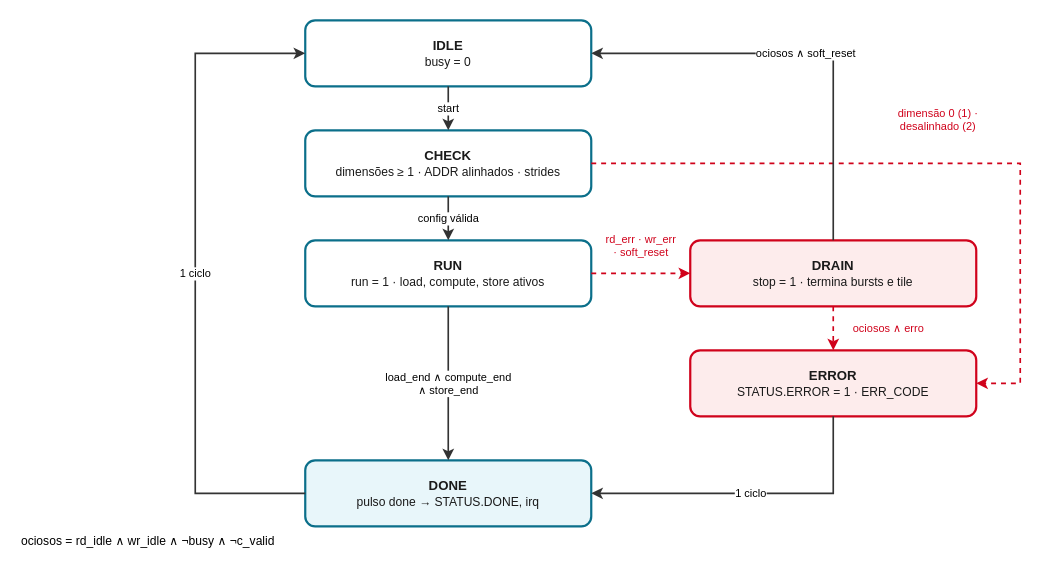
The draw.io diagram docs/img/dma_ctrl_fsm.drawio in jairsdev/rv32-dma, before the edit. Source tidied: cells renumbered, new cells numbered last; positions are measured from the earlier drawing's top-left corner, leaving out a move shared by most shapes. Both pictures are drawn from the tidied source at 110%, with x=0, y=0 at pixel (19, 20).
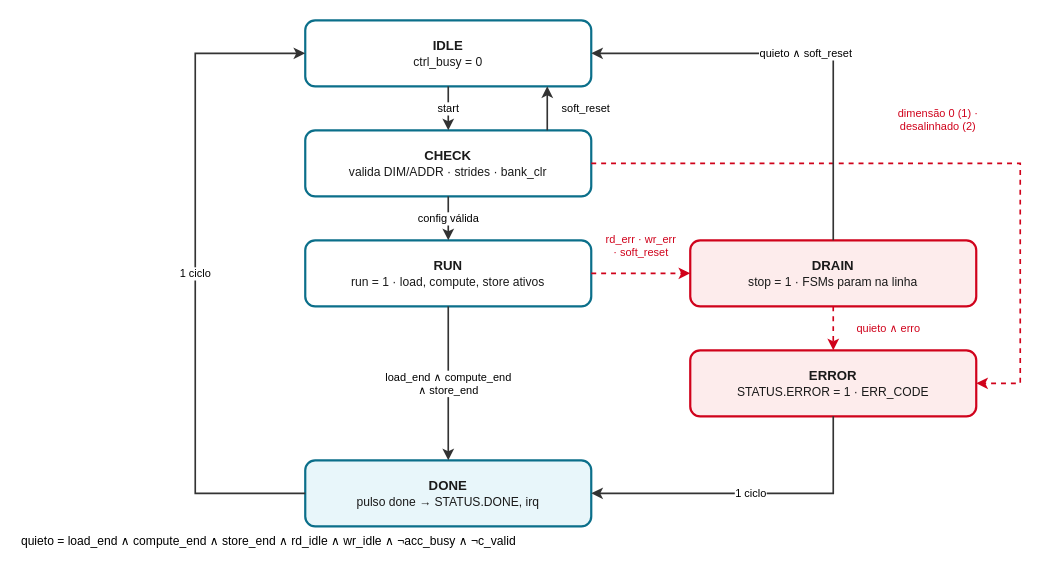
After the change.

Commit message (it also covers changes not shown here):
Atualiza diagramas das FSMs do DMA para o MAS v1.1

Unchanged cells that the change refers to:
```xml
<mxCell id="7" value="ERROR&lt;br&gt;&lt;span style='font-weight:normal;font-size:11px'&gt;STATUS.ERROR = 1 · ERR_CODE&lt;/span&gt;" style="whiteSpace=wrap;html=1;fontSize=12;fontStyle=1;rounded=1;fillColor=#FDECEC;strokeColor=#D0021B;strokeWidth=2;fontColor=#1A1A1A;" parent="1" vertex="1">
  <mxGeometry x="610" y="300" width="260" height="60" as="geometry" />
</mxCell>
```

What changed in the source:
```diff
@@
-    <mxCell id="2" value="IDLE&lt;br&gt;&lt;span style='font-weight:normal;font-size:11px'&gt;busy = 0&lt;/span&gt;" style="whiteSpace=wrap;html=1;fontSize=12;fontStyle=1;rounded=1;fillColor=#FFFFFF;strokeColor=#0B6F8A;strokeWidth=2;fontColor=#1A1A1A;" parent="1" vertex="1">
+    <mxCell id="2" value="IDLE&lt;br&gt;&lt;span style='font-weight:normal;font-size:11px'&gt;ctrl_busy = 0&lt;/span&gt;" style="whiteSpace=wrap;html=1;fontSize=12;fontStyle=1;rounded=1;fillColor=#FFFFFF;strokeColor=#0B6F8A;strokeWidth=2;fontColor=#1A1A1A;" parent="1" vertex="1">
       <mxGeometry x="260" width="260" height="60" as="geometry" />
     </mxCell>
-    <mxCell id="3" value="CHECK&lt;br&gt;&lt;span style='font-weight:normal;font-size:11px'&gt;dimensões ≥ 1 · ADDR alinhados · strides&lt;/span&gt;" style="whiteSpace=wrap;html=1;fontSize=12;fontStyle=1;rounded=1;fillColor=#FFFFFF;strokeColor=#0B6F8A;strokeWidth=2;fontColor=#1A1A1A;" parent="1" vertex="1">
+    <mxCell id="3" value="CHECK&lt;br&gt;&lt;span style='font-weight:normal;font-size:11px'&gt;valida DIM/ADDR · strides · bank_clr&lt;/span&gt;" style="whiteSpace=wrap;html=1;fontSize=12;fontStyle=1;rounded=1;fillColor=#FFFFFF;strokeColor=#0B6F8A;strokeWidth=2;fontColor=#1A1A1A;" parent="1" vertex="1">
       <mxGeometry x="260" y="100" width="260" height="60" as="geometry" />
     </mxCell>
@@
-    <mxCell id="6" value="DRAIN&lt;br&gt;&lt;span style='font-weight:normal;font-size:11px'&gt;stop = 1 · termina bursts e tile&lt;/span&gt;" style="whiteSpace=wrap;html=1;fontSize=12;fontStyle=1;rounded=1;fillColor=#FDECEC;strokeColor=#D0021B;strokeWidth=2;fontColor=#1A1A1A;" parent="1" vertex="1">
+    <mxCell id="6" value="DRAIN&lt;br&gt;&lt;span style='font-weight:normal;font-size:11px'&gt;stop = 1 · FSMs param na linha&lt;/span&gt;" style="whiteSpace=wrap;html=1;fontSize=12;fontStyle=1;rounded=1;fillColor=#FDECEC;strokeColor=#D0021B;strokeWidth=2;fontColor=#1A1A1A;" parent="1" vertex="1">
       <mxGeometry x="610" y="200" width="260" height="60" as="geometry" />
     </mxCell>
@@
+    <mxCell id="18" value="soft_reset" style="edgeStyle=orthogonalEdgeStyle;rounded=0;html=1;fontSize=10;labelBackgroundColor=#FFFFFF;startArrow=classic;startFill=1;endArrow=classic;endFill=1;strokeWidth=2;strokeColor=#333333;strokeWidth=1.5;startArrow=none;strokeColor=#333333;exitX=0.8462;exitY=0.0000;exitDx=0;exitDy=0;entryX=0.8462;entryY=1.0000;entryDx=0;entryDy=0;" parent="1" edge="1" source="3" target="2">
+      <mxGeometry relative="1" as="geometry">
+        <mxPoint x="35" as="offset" />
+      </mxGeometry>
+    </mxCell>
@@
-    <mxCell id="12" value="ociosos ∧ erro" style="edgeStyle=orthogonalEdgeStyle;rounded=0;html=1;fontSize=10;labelBackgroundColor=#FFFFFF;startArrow=classic;startFill=1;endArrow=classic;endFill=1;strokeWidth=2;strokeColor=#333333;strokeWidth=1.5;startArrow=none;strokeColor=#333333;dashed=1;strokeColor=#D0021B;fontColor=#D0021B;exitX=0.5000;exitY=1.0000;exitDx=0;exitDy=0;entryX=0.5000;entryY=0.0000;entryDx=0;entryDy=0;" parent="1" edge="1" source="6" target="7">
+    <mxCell id="12" value="quieto ∧ erro" style="edgeStyle=orthogonalEdgeStyle;rounded=0;html=1;fontSize=10;labelBackgroundColor=#FFFFFF;startArrow=classic;startFill=1;endArrow=classic;endFill=1;strokeWidth=2;strokeColor=#333333;strokeWidth=1.5;startArrow=none;strokeColor=#333333;dashed=1;strokeColor=#D0021B;fontColor=#D0021B;exitX=0.5000;exitY=1.0000;exitDx=0;exitDy=0;entryX=0.5000;entryY=0.0000;entryDx=0;entryDy=0;" parent="1" edge="1" source="6" target="7">
       <mxGeometry relative="1" as="geometry">
         <mxPoint x="50" as="offset" />
       </mxGeometry>
     </mxCell>
-    <mxCell id="13" value="ociosos ∧ soft_reset" style="edgeStyle=orthogonalEdgeStyle;rounded=0;html=1;fontSize=10;labelBackgroundColor=#FFFFFF;startArrow=classic;startFill=1;endArrow=classic;endFill=1;strokeWidth=2;strokeColor=#333333;strokeWidth=1.5;startArrow=none;strokeColor=#333333;exitX=0.5000;exitY=0.0000;exitDx=0;exitDy=0;entryX=1.0000;entryY=0.5000;entryDx=0;entryDy=0;" parent="1" edge="1" source="6" target="2">
+    <mxCell id="13" value="quieto ∧ soft_reset" style="edgeStyle=orthogonalEdgeStyle;rounded=0;html=1;fontSize=10;labelBackgroundColor=#FFFFFF;startArrow=classic;startFill=1;endArrow=classic;endFill=1;strokeWidth=2;strokeColor=#333333;strokeWidth=1.5;startArrow=none;strokeColor=#333333;exitX=0.5000;exitY=0.0000;exitDx=0;exitDy=0;entryX=1.0000;entryY=0.5000;entryDx=0;entryDy=0;" parent="1" edge="1" source="6" target="2">
       <mxGeometry relative="1" as="geometry">
         <Array as="points">
           <mxPoint x="740" y="30" />
         </Array>
       </mxGeometry>
     </mxCell>
@@
-    <mxCell id="17" value="ociosos = rd_idle ∧ wr_idle ∧ ¬busy ∧ ¬c_valid" style="text;html=1;strokeColor=none;fillColor=none;align=left;verticalAlign=middle;whiteSpace=wrap;fontSize=11;" parent="1" vertex="1">
-      <mxGeometry y="460" width="500" height="25" as="geometry" />
+    <mxCell id="17" value="quieto = load_end ∧ compute_end ∧ store_end ∧ rd_idle ∧ wr_idle ∧ ¬acc_busy ∧ ¬c_valid" style="text;html=1;strokeColor=none;fillColor=none;align=left;verticalAlign=middle;whiteSpace=wrap;fontSize=11;" parent="1" vertex="1">
+      <mxGeometry y="460" width="760" height="25" as="geometry" />
     </mxCell>
```
